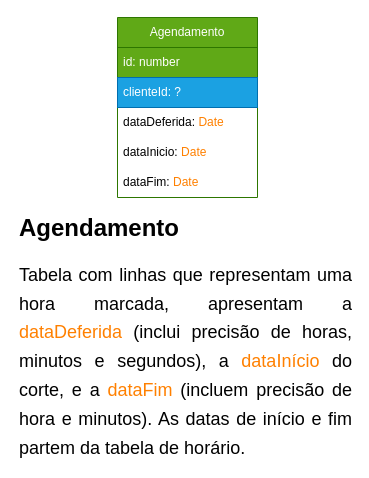
Above: page "Agendamento" (5 of 7) of documentação/ideias/diagrama_de_projeto.drawio in Creath-Noite-A/Agendamento-Documentacao (draw.io), before the change. Source tidied: cells renumbered, new cells numbered last; positions are measured from the earlier drawing's top-left corner, leaving out a move shared by most shapes. Both pictures are drawn from the tidied source at 100%, with x=0, y=0 at pixel (17, 17).
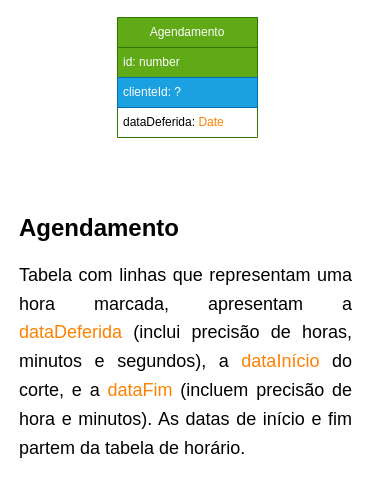
The same diagram, later.

What changed in the source:
```diff
@@
 <mxGraphModel>
   <root>
     <mxCell id="0" />
     <mxCell id="1" parent="0" />
     <mxCell id="2" value="Agendamento" style="swimlane;fontStyle=0;horizontal=1;startSize=30;whiteSpace=wrap;html=1;fillColor=#60a917;fontColor=#ffffff;strokeColor=#2D7600;" parent="1" vertex="1">
-      <mxGeometry x="100" width="140" height="180" as="geometry" />
+      <mxGeometry x="100" width="140" height="120" as="geometry" />
     </mxCell>
     <mxCell id="3" value="id: number" style="text;strokeColor=#2D7600;fillColor=#60a917;align=left;verticalAlign=middle;spacingLeft=4;spacingRight=4;overflow=hidden;whiteSpace=wrap;html=1;fontColor=#ffffff;" parent="2" vertex="1">
       <mxGeometry y="30" width="140" height="30" as="geometry" />
     </mxCell>
     <mxCell id="4" value="clienteId: ?" style="text;strokeColor=#006EAF;fillColor=#1ba1e2;align=left;verticalAlign=middle;spacingLeft=4;spacingRight=4;overflow=hidden;whiteSpace=wrap;html=1;fontColor=#ffffff;" parent="2" vertex="1">
       <mxGeometry y="60" width="140" height="30" as="geometry" />
     </mxCell>
     <mxCell id="5" value="dataDeferida: &lt;font color=&quot;#ff8000&quot;&gt;Date&lt;/font&gt;" style="text;strokeColor=none;fillColor=none;align=left;verticalAlign=middle;spacingLeft=4;spacingRight=4;overflow=hidden;whiteSpace=wrap;html=1;fontColor=#000000;" parent="2" vertex="1">
       <mxGeometry y="90" width="140" height="30" as="geometry" />
     </mxCell>
-    <mxCell id="6" value="dataInicio: &lt;font color=&quot;#ff8000&quot;&gt;Date&lt;/font&gt;" style="text;strokeColor=none;fillColor=none;align=left;verticalAlign=middle;spacingLeft=4;spacingRight=4;overflow=hidden;whiteSpace=wrap;html=1;" parent="2" vertex="1">
-      <mxGeometry y="120" width="140" height="30" as="geometry" />
-    </mxCell>
-    <mxCell id="7" value="dataFim: &lt;font color=&quot;#ff8000&quot;&gt;Date&lt;/font&gt;" style="text;strokeColor=none;fillColor=none;align=left;verticalAlign=middle;spacingLeft=4;spacingRight=4;overflow=hidden;whiteSpace=wrap;html=1;" parent="2" vertex="1">
-      <mxGeometry y="150" width="140" height="30" as="geometry" />
-    </mxCell>
     <mxCell id="8" value="&lt;h1 style=&quot;text-align: justify; margin-top: 0px;&quot;&gt;&lt;span style=&quot;background-color: initial;&quot;&gt;Agendamento&lt;/span&gt;&lt;/h1&gt;&lt;h1 style=&quot;text-align: justify; margin-top: 0px;&quot;&gt;&lt;span style=&quot;font-size: 18px; font-weight: 400;&quot;&gt;Tabela com linhas que representam uma hora marcada, apresentam a &lt;font color=&quot;#ff8000&quot;&gt;dataDeferida &lt;/font&gt;(inclui precisão de horas, minutos e segundos), a &lt;font color=&quot;#ff8000&quot;&gt;dataInício &lt;/font&gt;do corte, e a &lt;font color=&quot;#ff8000&quot;&gt;dataFim &lt;/font&gt;(incluem precisão de hora e minutos). As datas de início e fim partem da tabela de horário.&lt;/span&gt;&lt;/h1&gt;" style="text;html=1;whiteSpace=wrap;overflow=hidden;rounded=0;" parent="1" vertex="1">
       <mxGeometry y="190" width="335" height="250" as="geometry" />
     </mxCell>
   </root>
 </mxGraphModel>
```
